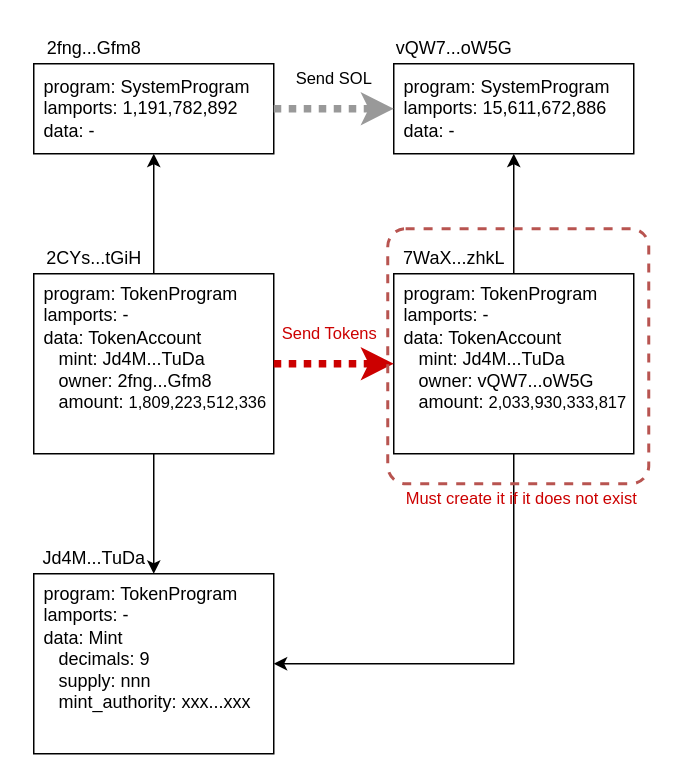
Earlier version of the draw.io diagram page "tokenTransfer(EN)" (4 of 14) of figure/Tour_de_Whirlpool.drawio (everlastingsong/tour-de-whirlpool). Source tidied: cells renumbered, new cells numbered last; positions are measured from the earlier drawing's top-left corner, leaving out a move shared by most shapes. Both pictures are drawn from the tidied source at 150%, with x=0, y=0 at pixel (33, 33).
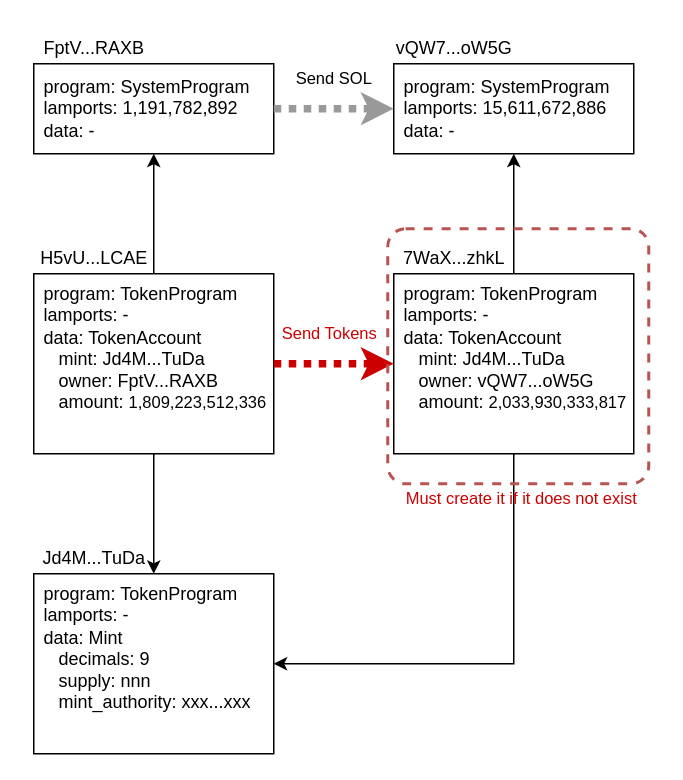
The same page after the edit.

Commit message:
Fix addresses for token transfer

Change to the diagram source:
```diff
@@
-    <mxCell id="5" value="program: TokenProgram&lt;br&gt;lamports: -&lt;br&gt;data: &lt;font&gt;TokenAccount&lt;/font&gt;&lt;br&gt;&amp;nbsp; &amp;nbsp;mint: Jd4M...TuDa&lt;br&gt;&amp;nbsp; &amp;nbsp;owner: &lt;font&gt;2fng...Gfm8&lt;/font&gt;&lt;br&gt;&amp;nbsp; &amp;nbsp;amount: &lt;font style=&quot;font-size: 11px&quot;&gt;1,809,223,512,336&lt;/font&gt;" style="rounded=0;whiteSpace=wrap;html=1;align=left;spacingLeft=5;verticalAlign=top;fontColor=#000000;" parent="1" vertex="1">
+    <mxCell id="5" value="program: TokenProgram&lt;br&gt;lamports: -&lt;br&gt;data: &lt;font&gt;TokenAccount&lt;/font&gt;&lt;br&gt;&amp;nbsp; &amp;nbsp;mint: Jd4M...TuDa&lt;br&gt;&amp;nbsp; &amp;nbsp;owner: FptV&lt;font&gt;...RAXB&lt;/font&gt;&lt;br&gt;&amp;nbsp; &amp;nbsp;amount: &lt;font style=&quot;font-size: 11px&quot;&gt;1,809,223,512,336&lt;/font&gt;" style="rounded=0;whiteSpace=wrap;html=1;align=left;spacingLeft=5;verticalAlign=top;fontColor=#000000;" parent="1" vertex="1">
       <mxGeometry y="160" width="160" height="120" as="geometry" />
     </mxCell>
@@
-    <mxCell id="8" value="2CYs...tGiH" style="text;html=1;align=center;verticalAlign=middle;strokeColor=none;fillColor=none;" parent="1" vertex="1">
-      <mxGeometry y="140" width="80" height="20" as="geometry" />
+    <mxCell id="8" value="H5vU...LCAE" style="text;html=1;align=center;verticalAlign=middle;strokeColor=none;fillColor=none;" parent="1" vertex="1">
+      <mxGeometry x="-5" y="135" width="90" height="30" as="geometry" />
     </mxCell>
-    <mxCell id="9" value="2fng...Gfm8" style="text;html=1;align=center;verticalAlign=middle;strokeColor=none;fillColor=none;" parent="1" vertex="1">
-      <mxGeometry width="80" height="20" as="geometry" />
+    <mxCell id="9" value="FptV...RAXB" style="text;html=1;align=center;verticalAlign=middle;strokeColor=none;fillColor=none;" parent="1" vertex="1">
+      <mxGeometry x="-5" y="-5" width="90" height="30" as="geometry" />
     </mxCell>
```
